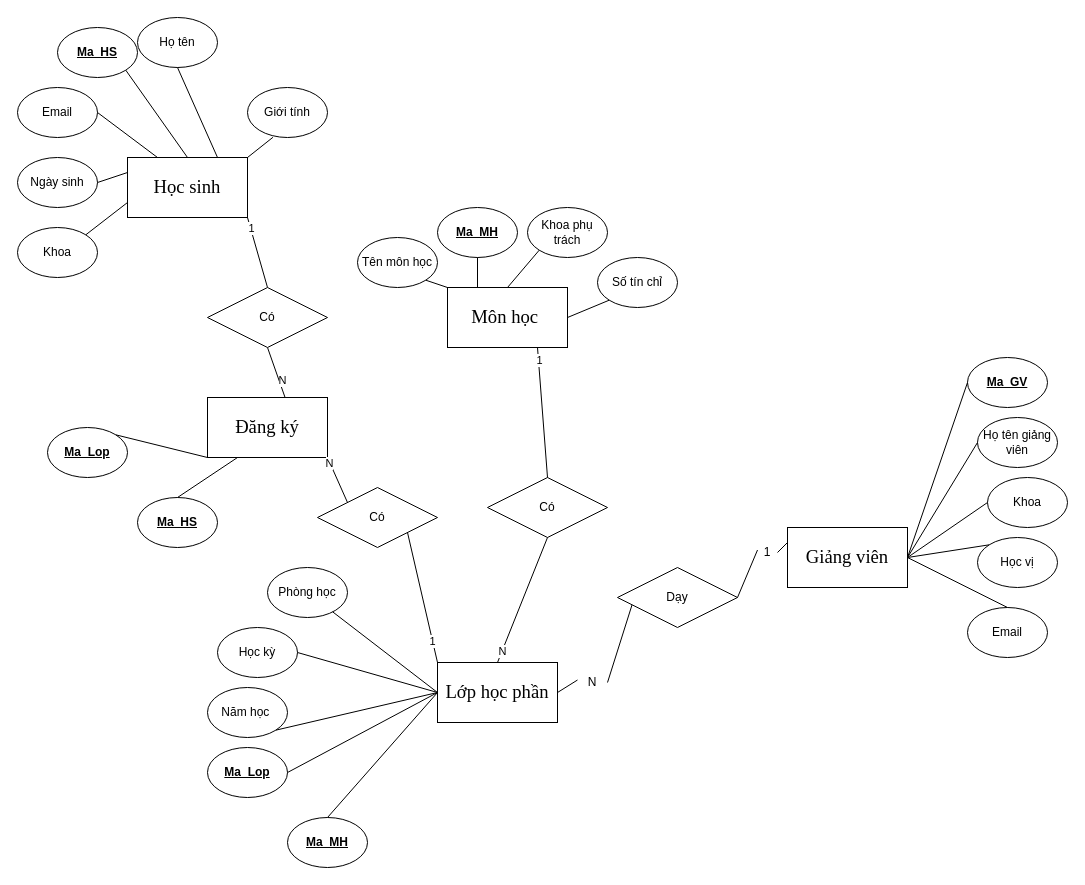
Above: Module_1/Session_1/Bai_01/HeThongQuanLyDangKyMonHocDaiHoc.drawio in DinhPhat1401/RikkeiEdu (draw.io), before the change. Source tidied: cells renumbered, new cells numbered last; positions are measured from the earlier drawing's top-left corner, leaving out a move shared by most shapes. Both pictures are drawn from the tidied source at 100%, with x=0, y=0 at pixel (17, 17).
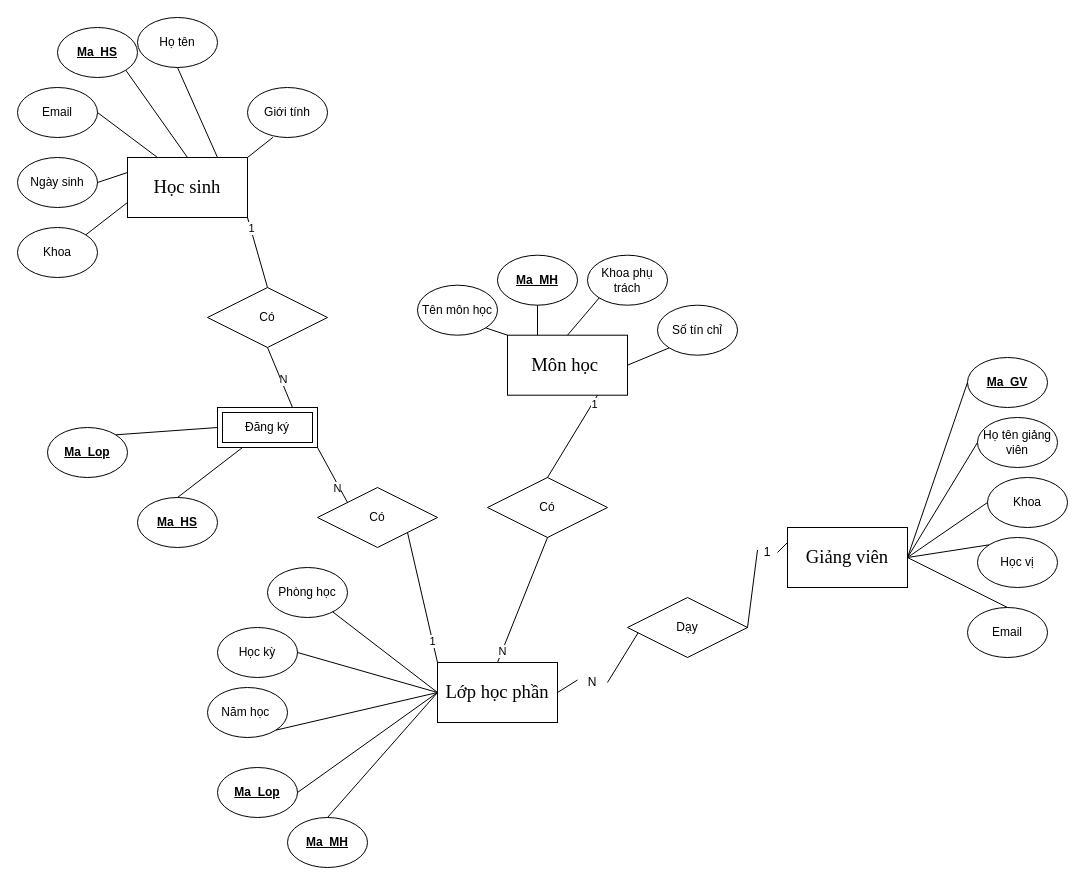
The same diagram, later.

The change refers to these unchanged cells:
```xml
<mxCell id="45" value="&lt;b&gt;&lt;u&gt;Ma_Lop&lt;/u&gt;&lt;/b&gt;" style="ellipse;whiteSpace=wrap;html=1;" parent="1" vertex="1">
  <mxGeometry x="30" y="410" width="80" height="50" as="geometry" />
</mxCell>
<mxCell id="55" style="rounded=0;jettySize=auto;html=1;entryX=1;entryY=1;entryDx=0;entryDy=0;endArrow=none;endFill=0;exitX=0;exitY=0;exitDx=0;exitDy=0;" parent="1" edge="1" source="59" target="6">
  <mxGeometry relative="1" as="geometry" />
</mxCell>
<mxCell id="72" value="Có" style="shape=rhombus;perimeter=rhombusPerimeter;whiteSpace=wrap;html=1;align=center;" parent="1" vertex="1">
  <mxGeometry x="190" y="270" width="120" height="60" as="geometry" />
</mxCell>
```

Change to the diagram source:
```diff
@@
     <mxCell id="3" value="&lt;span style=&quot;box-sizing: border-box; margin: 0px; padding: 0px; font-family: &amp;quot;Times New Roman&amp;quot;, serif; font-size: 18.6667px; text-align: start; white-space-collapse: preserve; background-color: rgb(255, 255, 255);&quot;&gt;Môn học &lt;/span&gt;" style="rounded=0;whiteSpace=wrap;html=1;" parent="1" vertex="1">
-      <mxGeometry x="430" y="270" width="120" height="60" as="geometry" />
+      <mxGeometry x="490" y="317.7" width="120" height="60" as="geometry" />
     </mxCell>
@@
-    <mxCell id="6" value="&lt;div style=&quot;text-align: start;&quot;&gt;&lt;span style=&quot;color: light-dark(rgb(0, 0, 0), rgb(255, 255, 255)); font-size: 18.6667px; white-space-collapse: preserve; background-color: rgb(255, 255, 255);&quot;&gt;&lt;font face=&quot;Times New Roman, serif&quot;&gt;Đăng ký&lt;/font&gt;&lt;/span&gt;&lt;/div&gt;" style="rounded=0;whiteSpace=wrap;html=1;" parent="1" vertex="1">
-      <mxGeometry x="190" y="380" width="120" height="60" as="geometry" />
-    </mxCell>
@@
     <mxCell id="11" value="&lt;b&gt;&lt;u style=&quot;&quot;&gt;Ma_MH&lt;/u&gt;&lt;/b&gt;" style="ellipse;whiteSpace=wrap;html=1;" parent="1" vertex="1">
-      <mxGeometry x="420" y="190" width="80" height="50" as="geometry" />
+      <mxGeometry x="480" y="237.7" width="80" height="50" as="geometry" />
     </mxCell>
@@
     <mxCell id="21" value="Tên môn học" style="ellipse;whiteSpace=wrap;html=1;" parent="1" vertex="1">
-      <mxGeometry x="340" y="220" width="80" height="50" as="geometry" />
+      <mxGeometry x="400" y="267.7" width="80" height="50" as="geometry" />
     </mxCell>
     <mxCell id="22" value="Số tín chỉ" style="ellipse;whiteSpace=wrap;html=1;" parent="1" vertex="1">
-      <mxGeometry x="580" y="240" width="80" height="50" as="geometry" />
+      <mxGeometry x="640" y="287.7" width="80" height="50" as="geometry" />
     </mxCell>
     <mxCell id="23" value="Khoa phụ trách" style="ellipse;whiteSpace=wrap;html=1;" parent="1" vertex="1">
-      <mxGeometry x="510" y="190" width="80" height="50" as="geometry" />
+      <mxGeometry x="570" y="237.7" width="80" height="50" as="geometry" />
     </mxCell>
@@
     <mxCell id="28" value="&lt;b&gt;&lt;u&gt;Ma_Lop&lt;/u&gt;&lt;/b&gt;" style="ellipse;whiteSpace=wrap;html=1;" parent="1" vertex="1">
-      <mxGeometry x="190" y="730" width="80" height="50" as="geometry" />
+      <mxGeometry x="200" y="750" width="80" height="50" as="geometry" />
     </mxCell>
@@
-    <mxCell id="47" style="rounded=0;jettySize=auto;html=1;endArrow=none;endFill=0;exitX=1;exitY=0;exitDx=0;exitDy=0;entryX=0;entryY=1;entryDx=0;entryDy=0;" parent="1" edge="1" source="45" target="6">
+    <mxCell id="47" style="rounded=0;jettySize=auto;html=1;endArrow=none;endFill=0;exitX=1;exitY=0;exitDx=0;exitDy=0;entryX=0;entryY=0.5;entryDx=0;entryDy=0;" parent="1" edge="1" source="45" target="6">
       <mxGeometry relative="1" as="geometry" />
     </mxCell>
@@
     <mxCell id="53" value="Dạy" style="shape=rhombus;perimeter=rhombusPerimeter;whiteSpace=wrap;html=1;align=center;" parent="1" vertex="1">
-      <mxGeometry x="600" y="550" width="120" height="60" as="geometry" />
+      <mxGeometry x="610" y="580" width="120" height="60" as="geometry" />
     </mxCell>
@@
     <mxCell id="56" value="N" style="edgeLabel;html=1;align=center;verticalAlign=middle;" parent="55" vertex="1">
-      <mxGeometry x="0.77" y="1" relative="1" as="geometry" />
+      <mxGeometry x="0.77" y="1" relative="1" as="geometry">
+        <mxPoint x="17" y="33" as="offset" />
+      </mxGeometry>
     </mxCell>
@@
-    <mxCell id="68" style="rounded=0;jettySize=auto;html=1;entryX=0.645;entryY=-0.008;entryDx=0;entryDy=0;endArrow=none;endFill=0;exitX=0.5;exitY=1;exitDx=0;exitDy=0;entryPerimeter=0;" parent="1" edge="1" source="72" target="6">
+    <mxCell id="68" style="rounded=0;jettySize=auto;html=1;entryX=0.75;entryY=0;entryDx=0;entryDy=0;endArrow=none;endFill=0;exitX=0.5;exitY=1;exitDx=0;exitDy=0;" parent="1" edge="1" source="72" target="6">
       <mxGeometry relative="1" as="geometry" />
     </mxCell>
     <mxCell id="69" value="N" style="edgeLabel;html=1;align=center;verticalAlign=middle;" parent="68" vertex="1">
       <mxGeometry x="0.77" y="1" relative="1" as="geometry">
-        <mxPoint x="-2" y="-11" as="offset" />
+        <mxPoint x="-8" y="-22" as="offset" />
       </mxGeometry>
     </mxCell>
@@
+    <mxCell id="6" value="Đăng ký" style="shape=ext;margin=3;double=1;whiteSpace=wrap;html=1;align=center;" parent="1" vertex="1">
+      <mxGeometry x="200" y="390" width="100" height="40" as="geometry" />
+    </mxCell>
```
